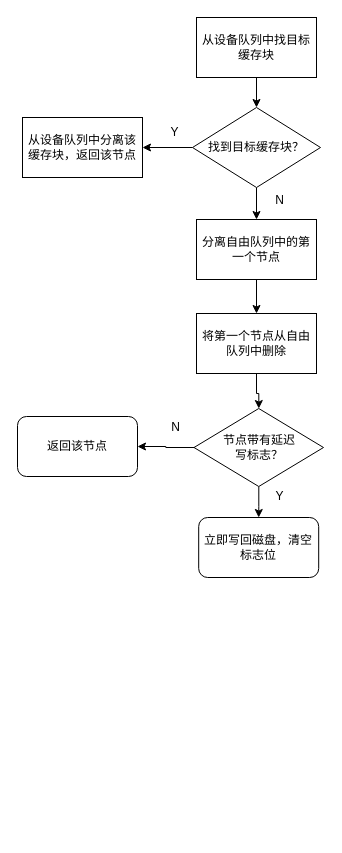
Before: Unix FileSystem.drawio in lmqqqqqq/drawio, a draw.io diagram. Source tidied: cells renumbered, new cells numbered last; positions are measured from the earlier drawing's top-left corner, leaving out a move shared by most shapes. Both pictures are drawn from the tidied source at 100%, with x=0, y=0 at pixel (17, 17).
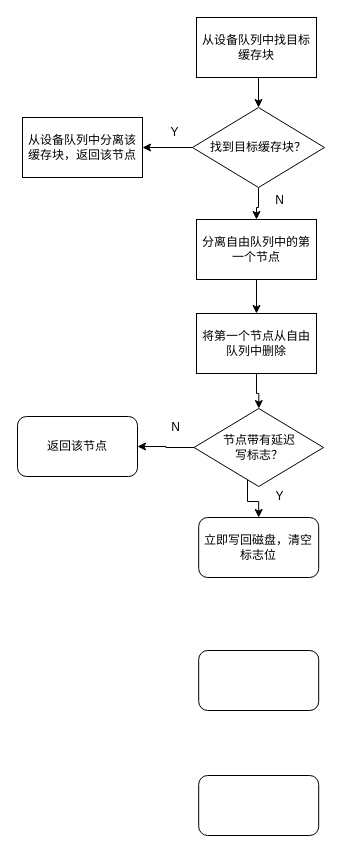
After the change.

The change refers to these unchanged cells:
```xml
<mxCell id="14" value="节点带有延迟&lt;br&gt;写标志？" style="rhombus;whiteSpace=wrap;html=1;" parent="1" vertex="1">
  <mxGeometry x="176.5" y="391" width="129.5" height="78" as="geometry" />
</mxCell>
<mxCell id="16" value="立即写回磁盘，清空标志位" style="rounded=1;whiteSpace=wrap;html=1;" parent="1" vertex="1">
  <mxGeometry x="181.2" y="500" width="120" height="60" as="geometry" />
</mxCell>
```

Change to the diagram source:
```diff
@@
     <mxCell id="6" value="找到目标缓存块？" style="rhombus;whiteSpace=wrap;html=1;" parent="1" vertex="1">
-      <mxGeometry x="175" y="90" width="128" height="80" as="geometry" />
+      <mxGeometry x="175" y="90" width="132" height="80" as="geometry" />
     </mxCell>
@@
     <mxCell id="13" style="edgeStyle=orthogonalEdgeStyle;rounded=0;jettySize=auto;html=1;entryX=0.5;entryY=0;entryDx=0;entryDy=0;" parent="1" edge="1" source="14" target="16">
-      <mxGeometry relative="1" as="geometry" />
+      <mxGeometry relative="1" as="geometry">
+        <Array as="points">
+          <mxPoint x="230" y="484" />
+          <mxPoint x="241" y="484" />
+        </Array>
+      </mxGeometry>
     </mxCell>
@@
+    <mxCell id="21" style="rounded=1;whiteSpace=wrap;html=1;" parent="1" vertex="1">
+      <mxGeometry x="181.2" y="758" width="120" height="60" as="geometry" />
+    </mxCell>
+    <mxCell id="22" style="rounded=1;whiteSpace=wrap;html=1;" parent="1" vertex="1">
+      <mxGeometry x="181.2" y="633" width="120" height="60" as="geometry" />
+    </mxCell>
```
